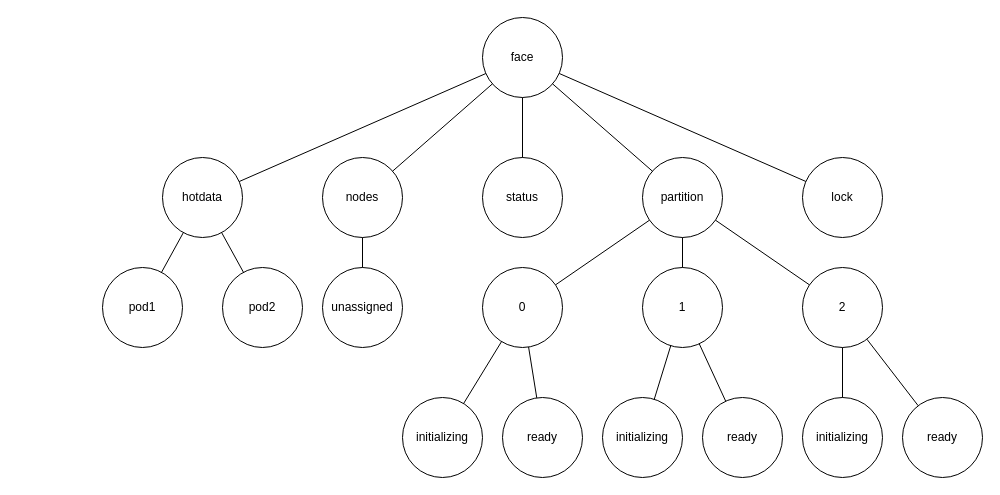
Earlier version of the draw.io diagram page "zk-structure" (1 of 4) of Distributed Calculation Design.drawio (dosjia/chart). Source tidied: cells renumbered, new cells numbered last; positions are measured from the earlier drawing's top-left corner, leaving out a move shared by most shapes. Both pictures are drawn from the tidied source at 100%, with x=0, y=0 at pixel (102, 17).
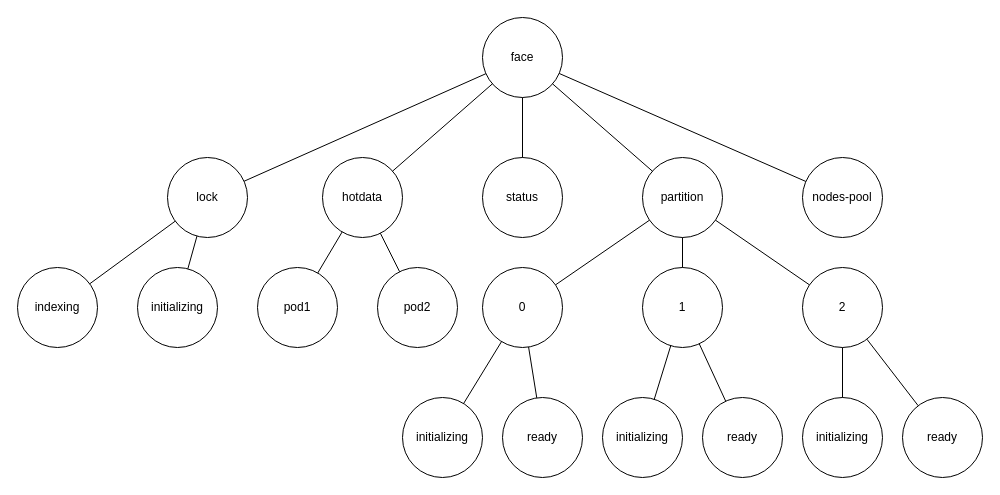
Above is the later version.

Change to the diagram source:
```diff
@@
-    <mxCell id="4" value="nodes" style="ellipse;whiteSpace=wrap;html=1;" parent="1" vertex="1">
-      <mxGeometry x="220" y="140" width="80" height="80" as="geometry" />
+    <mxCell id="4" value="lock" style="ellipse;whiteSpace=wrap;html=1;" parent="1" vertex="1">
+      <mxGeometry x="65" y="140" width="80" height="80" as="geometry" />
     </mxCell>
@@
-    <mxCell id="6" value="unassigned" style="ellipse;whiteSpace=wrap;html=1;" parent="1" vertex="1">
-      <mxGeometry x="220" y="250" width="80" height="80" as="geometry" />
+    <mxCell id="6" value="initializing" style="ellipse;whiteSpace=wrap;html=1;" parent="1" vertex="1">
+      <mxGeometry x="35" y="250" width="80" height="80" as="geometry" />
     </mxCell>
@@
-    <mxCell id="27" value="lock" style="ellipse;whiteSpace=wrap;html=1;" parent="1" vertex="1">
+    <mxCell id="27" value="nodes-pool" style="ellipse;whiteSpace=wrap;html=1;" parent="1" vertex="1">
       <mxGeometry x="700" y="140" width="80" height="80" as="geometry" />
     </mxCell>
@@
     <mxCell id="31" value="hotdata" style="ellipse;whiteSpace=wrap;html=1;" parent="1" vertex="1">
-      <mxGeometry x="60" y="140" width="80" height="80" as="geometry" />
+      <mxGeometry x="220" y="140" width="80" height="80" as="geometry" />
     </mxCell>
@@
     <mxCell id="33" value="pod1" style="ellipse;whiteSpace=wrap;html=1;" parent="1" vertex="1">
-      <mxGeometry y="250" width="80" height="80" as="geometry" />
+      <mxGeometry x="155" y="250" width="80" height="80" as="geometry" />
     </mxCell>
     <mxCell id="34" value="pod2" style="ellipse;whiteSpace=wrap;html=1;" parent="1" vertex="1">
-      <mxGeometry x="120" y="250" width="80" height="80" as="geometry" />
+      <mxGeometry x="275" y="250" width="80" height="80" as="geometry" />
     </mxCell>
@@
+    <mxCell id="37" value="indexing" style="ellipse;whiteSpace=wrap;html=1;" parent="1" vertex="1">
+      <mxGeometry x="-85" y="250" width="80" height="80" as="geometry" />
+    </mxCell>
+    <mxCell id="38" style="rounded=0;jettySize=auto;html=1;endArrow=none;endFill=0;" parent="1" edge="1" source="37" target="4">
+      <mxGeometry relative="1" as="geometry" />
+    </mxCell>
```
